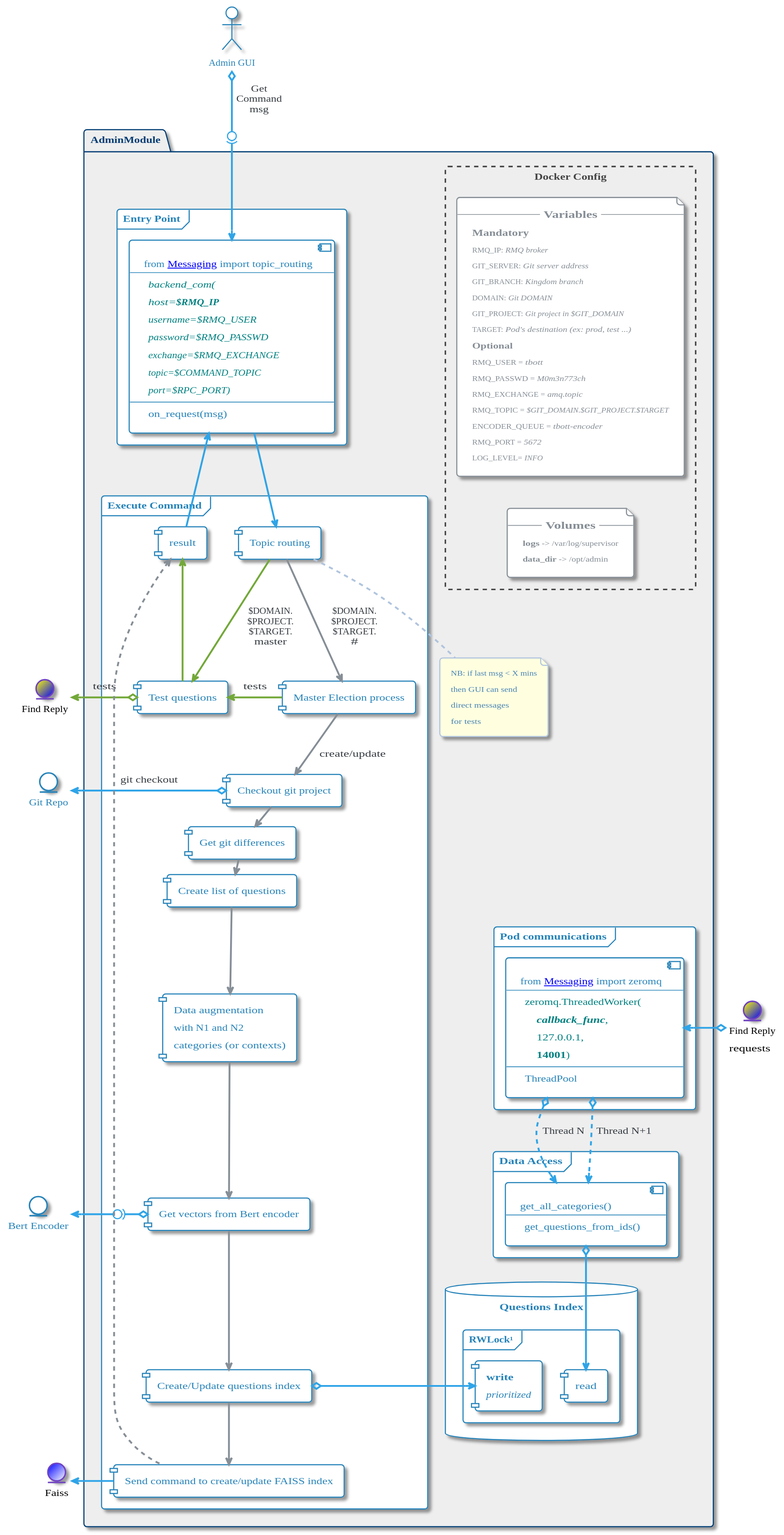
Before: images/plantuml/Admin/admin/Admin_Full.svg, a diagram exported from PlantUML (momenttech/maestro-architecture).
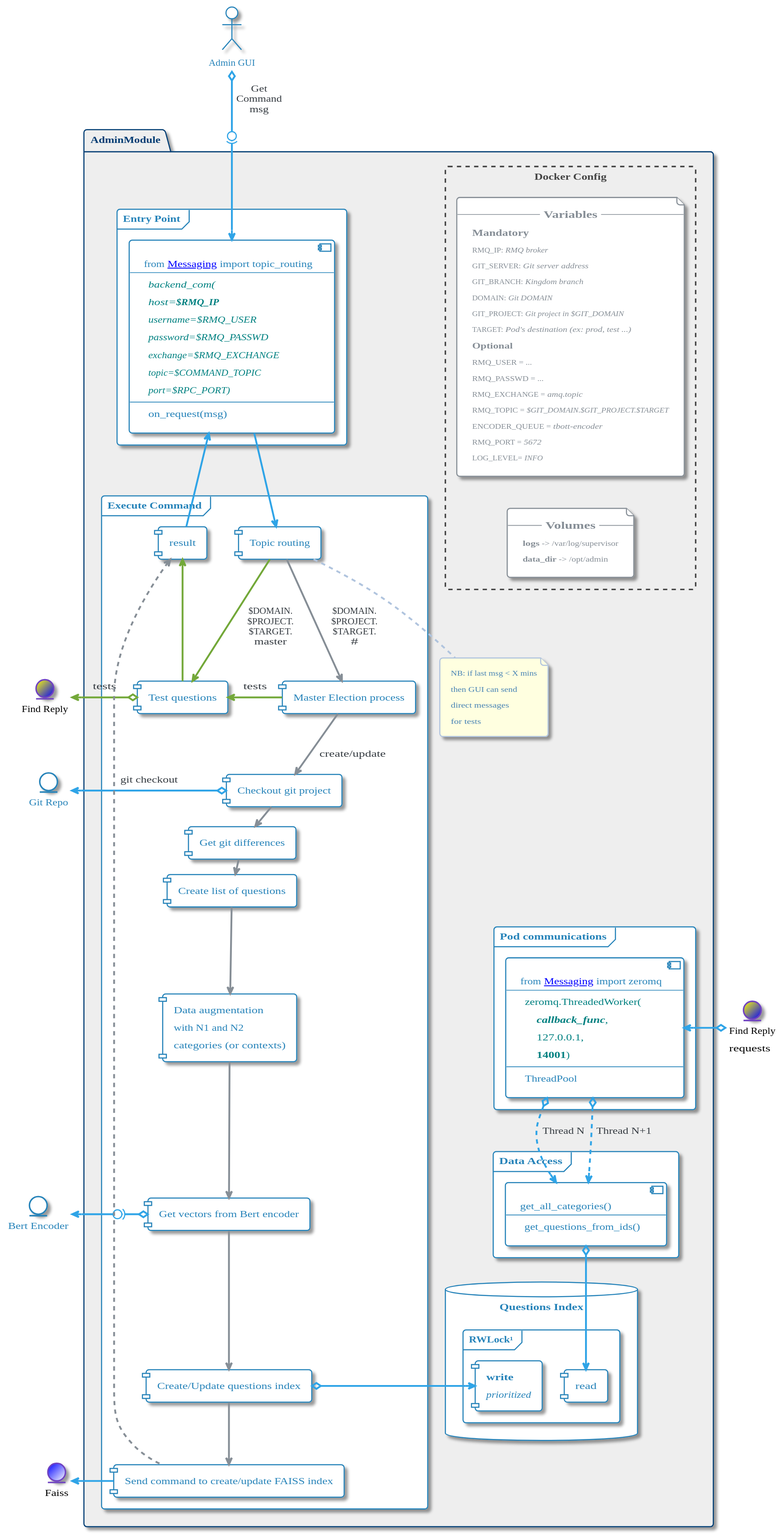
The same diagram one commit later.

Diff of the diagram source:
```diff
@@ -427,7 +427,7 @@
             rectangle "Docker Config" <<boundary>> as AdminModule_cfg {
 
 
-        file "-- =Variables --\n==Mandatory\nRMQ_IP: <i>RMQ broker</i>\n                                GIT_SERVER: <i>Git server address</i>\n                                GIT_BRANCH: <i>Kingdom branch</i>\n                                DOMAIN: <i>Git DOMAIN</i>\n                                GIT_PROJECT: <i>Git project in $GIT_DOMAIN</i>\n                                TARGET: <i>Pod's destination (ex: prod, test ...)</i>\n===Optional\nRMQ_USER = <i>tbott</i>\n                                RMQ_PASSWD = <i>M0m3n773ch</i>\n                                RMQ_EXCHANGE = <i>amq.topic</i>\n                                RMQ_TOPIC = <i>$GIT_DOMAIN.$GIT_PROJECT.$TARGET</i>\n                                ENCODER_QUEUE = <i>tbott-encoder</i>\n                                RMQ_PORT = <i>5672</i>\n                                LOG_LEVEL= <i>INFO</i>" <<docker_params>> as AdminModule_vars
+        file "-- =Variables --\n==Mandatory\nRMQ_IP: <i>RMQ broker</i>\n                                GIT_SERVER: <i>Git server address</i>\n                                GIT_BRANCH: <i>Kingdom branch</i>\n                                DOMAIN: <i>Git DOMAIN</i>\n                                GIT_PROJECT: <i>Git project in $GIT_DOMAIN</i>\n                                TARGET: <i>Pod's destination (ex: prod, test ...)</i>\n===Optional\nRMQ_USER = ...\n                                RMQ_PASSWD = ...\n                                RMQ_EXCHANGE = <i>amq.topic</i>\n                                RMQ_TOPIC = <i>$GIT_DOMAIN.$GIT_PROJECT.$TARGET</i>\n                                ENCODER_QUEUE = <i>tbott-encoder</i>\n                                RMQ_PORT = <i>5672</i>\n                                LOG_LEVEL= <i>INFO</i>" <<docker_params>> as AdminModule_vars
 
 
         file "-- =Volumes --\n<b>logs</b> -> /var/log/supervisor\n                            <b>data_dir</b> -> /opt/admin" <<docker_params>> as AdminModule_vols
```
